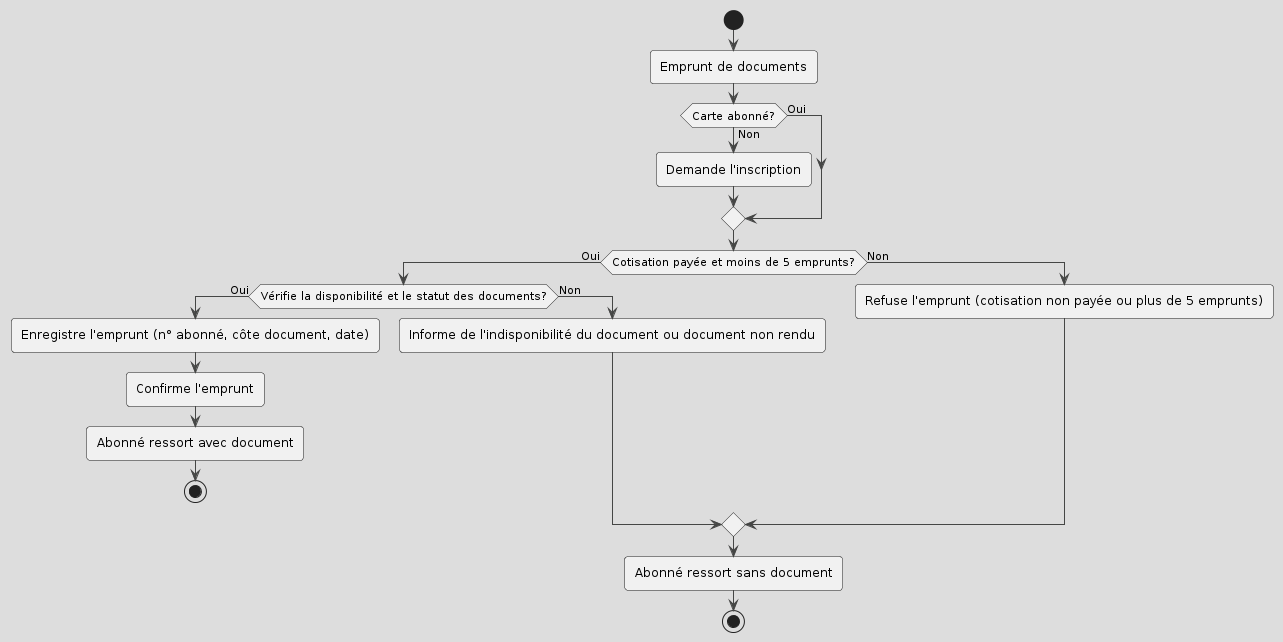
Earlier version of the PlantUML export asset/diagramme_activite.png (clemence95/CDA24178).
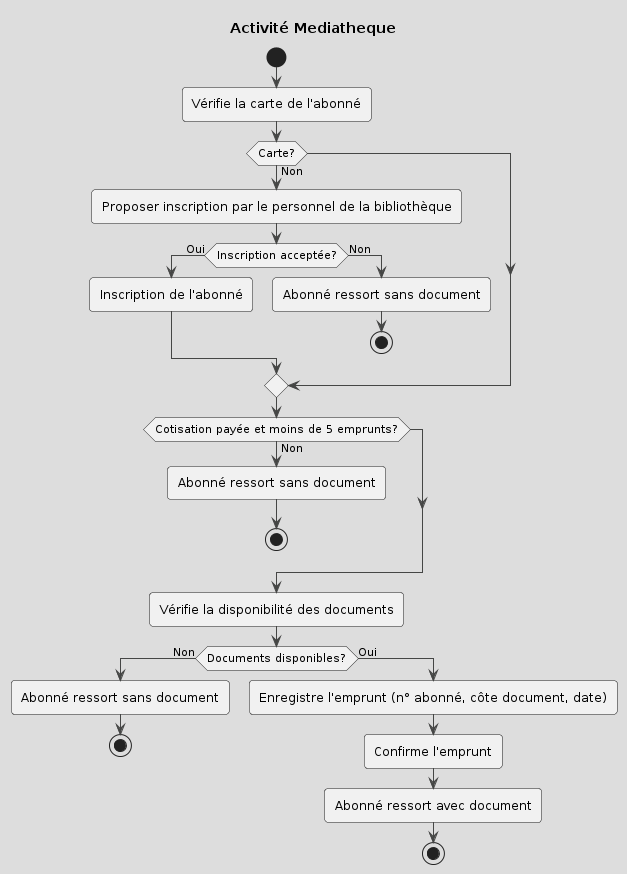
The same diagram one commit later.

Change to the diagram source:
```diff
@@ -1,27 +1,35 @@
 @startuml
 !theme toy
+title Activité Mediatheque
 
 start
 
-:Emprunt de documents;
+:Vérifie la carte de l'abonné;
 
-if (Carte abonné?) then (Oui)
-else (Non)
-    :Demande l'inscription;
+if (Carte?) then (Non)
+    :Proposer inscription par le personnel de la bibliothèque;
+    if (Inscription acceptée?) then (Oui)
+        :Inscription de l'abonné;
+    else (Non)
+        :Abonné ressort sans document;
+        stop
+    endif
 endif
 
-if (Cotisation payée et moins de 5 emprunts?) then (Oui)
-    if (Vérifie la disponibilité et le statut des documents?) then (Oui)
-        :Enregistre l'emprunt (n° abonné, côte document, date);
-        :Confirme l'emprunt;
-        :Abonné ressort avec document;
-        stop
-    else (Non)
-        :Informe de l'indisponibilité du document ou document non rendu;
-    endif
-else (Non)
-    :Refuse l'emprunt (cotisation non payée ou plus de 5 emprunts);
+if (Cotisation payée et moins de 5 emprunts?) then (Non)
+    :Abonné ressort sans document;
+    stop
 endif
- :Abonné ressort sans document;
-stop
+
+:Vérifie la disponibilité des documents;
+
+if (Documents disponibles?) then (Non)
+    :Abonné ressort sans document;
+    stop
+else (Oui)
+    :Enregistre l'emprunt (n° abonné, côte document, date);
+    :Confirme l'emprunt;
+    :Abonné ressort avec document;
+    stop
+endif
 @enduml
```
